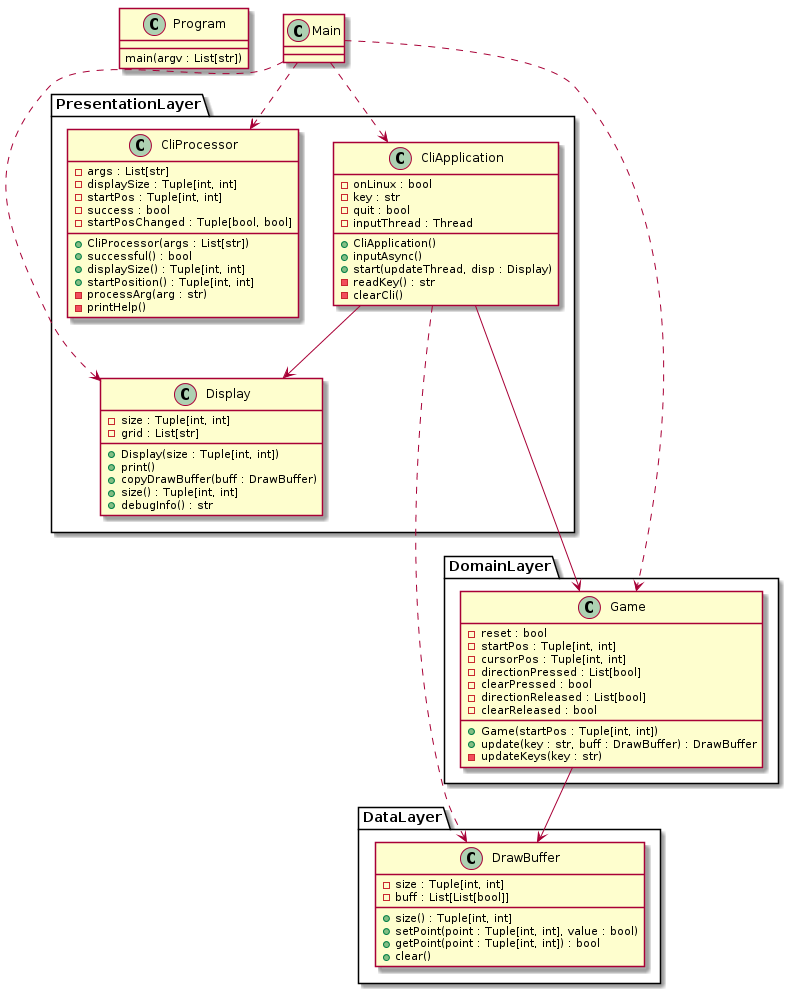
Earlier version of the PlantUML export hw01/docs/etch-a-sketch-class.png (blueOkiris/EmbeddedLinuxClass).
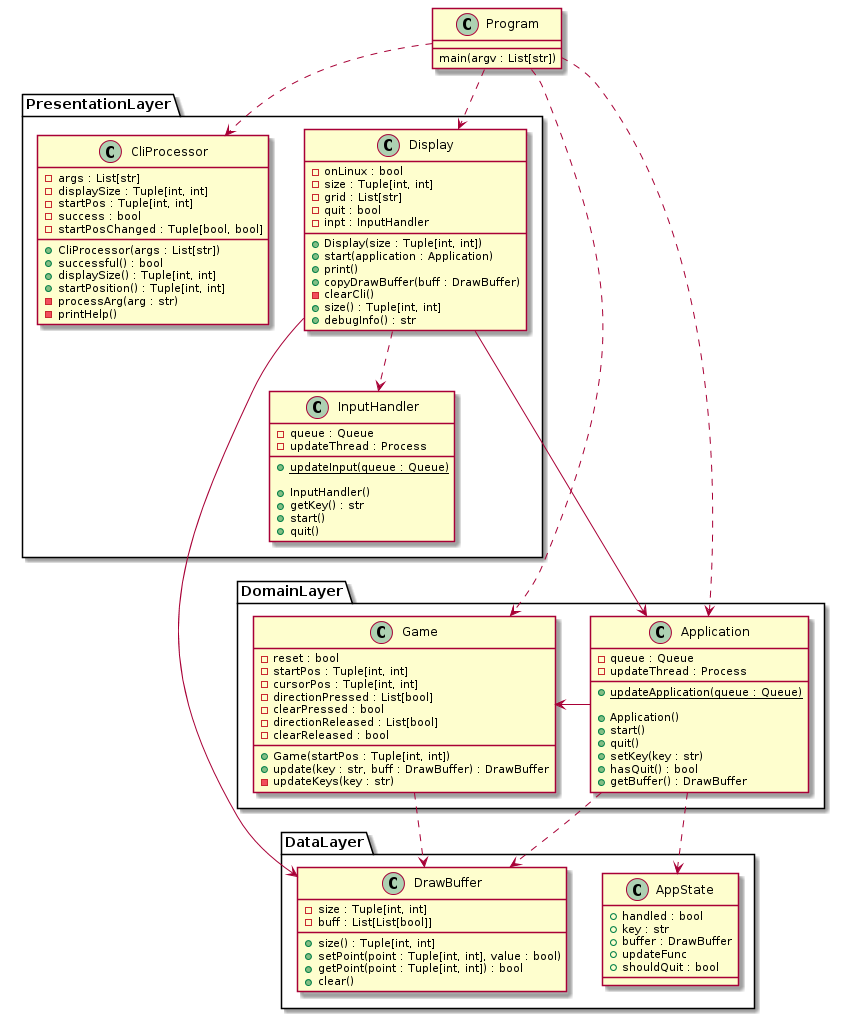
The same diagram one commit later.

Commit message:
Moved application into domain layer and further separated layers. Also switched to process instead of threading as it works better.

Change to the diagram source:
```diff
@@ -6,27 +6,19 @@
 
 namespace PresentationLayer {
     class Display {
+        - onLinux : bool
         - size : Tuple[int, int]
         - grid : List[str]
+        - quit : bool
+        - inpt : InputHandler
 
         + Display(size : Tuple[int, int])
+        + start(application : Application)
         + print()
         + copyDrawBuffer(buff : DrawBuffer)
+        - clearCli()
         + size() : Tuple[int, int]
         + debugInfo() : str
-    }
-
-    class CliApplication {
-        - onLinux : bool
-        - key : str
-        - quit : bool
-        - inputThread : Thread
-
-        + CliApplication()
-        + inputAsync()
-        + start(updateThread, disp : Display)
-        - readKey() : str
-        - clearCli()
     }
 
     class CliProcessor {
@@ -44,10 +36,36 @@
         - printHelp()
     }
 
-    CliApplication --> Display
+    class InputHandler {
+        - queue : Queue
+        - updateThread : Process
+
+        + {static} updateInput(queue : Queue)
+
+        + InputHandler()
+        + getKey() : str
+        + start()
+        + quit()
+    }
+
+    Display ..> InputHandler
 }
 
 namespace DomainLayer {
+    class Application {
+        - queue : Queue
+        - updateThread : Process
+
+        + {static} updateApplication(queue : Queue)
+
+        + Application()
+        + start()
+        + quit()
+        + setKey(key : str)
+        + hasQuit() : bool
+        + getBuffer() : DrawBuffer
+    }
+
     class Game {
         - reset : bool
         - startPos : Tuple[int, int]
@@ -61,6 +79,8 @@
         + update(key : str, buff : DrawBuffer) : DrawBuffer
         - updateKeys(key : str)
     }
+
+    Application -> Game
 }
 
 namespace DataLayer {
@@ -73,14 +93,24 @@
         + getPoint(point : Tuple[int, int]) : bool
         + clear()
     }
+
+    class AppState {
+        + handled : bool
+        + key : str
+        + buffer : DrawBuffer
+        + updateFunc
+        + shouldQuit : bool
+    }
 }
 
-Main ..> PresentationLayer.CliProcessor
-Main ..> PresentationLayer.CliApplication
-Main ...> PresentationLayer.Display
-Main ....> DomainLayer.Game
-PresentationLayer.CliApplication ...> DataLayer.DrawBuffer
-PresentationLayer.CliApplication --> DomainLayer.Game
-DomainLayer.Game --> DataLayer.DrawBuffer
+Program ..> PresentationLayer.CliProcessor
+Program ...> DomainLayer.Game
+Program ...> DomainLayer.Application
+Program ..> PresentationLayer.Display
+PresentationLayer.Display ---> DomainLayer.Application
+PresentationLayer.Display ---> DataLayer.DrawBuffer
+DomainLayer.Application ..> DataLayer.AppState
+DomainLayer.Application ..> DataLayer.DrawBuffer
+DomainLayer.Game ..> DataLayer.DrawBuffer
 
 @enduml
```
